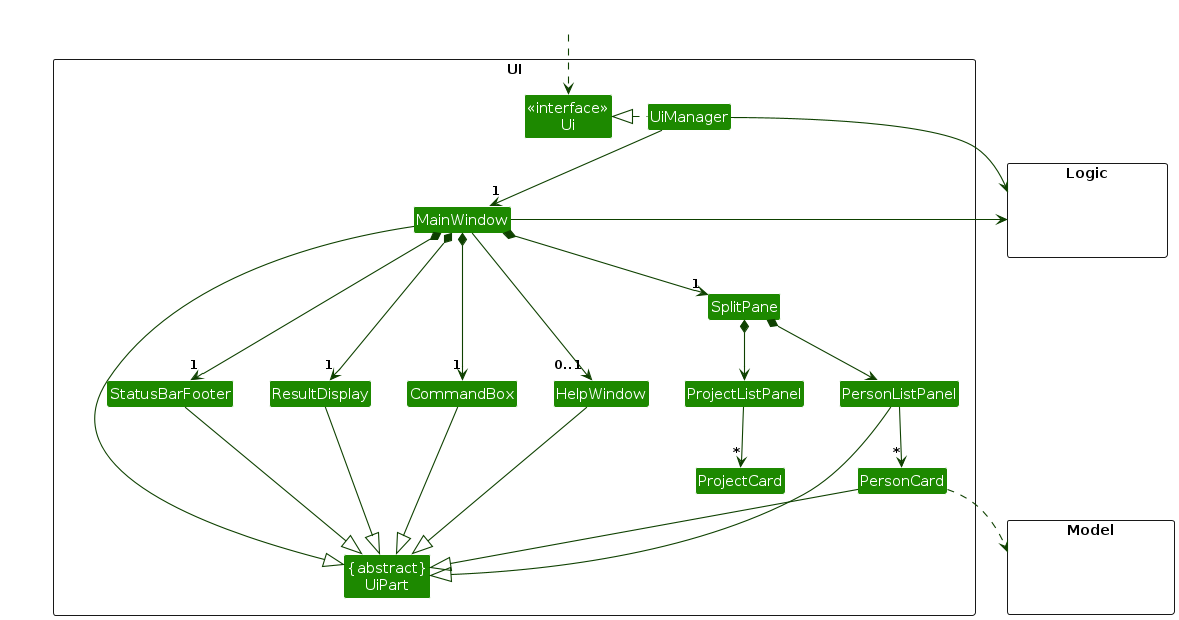
AY2526S1-CS2103T-W14-4/tp keeps this PlantUML diagram as diagrams/UiClassDiagram.png. Above is the earlier version. Its source is kept beside it as diagrams/UiClassDiagram.puml.
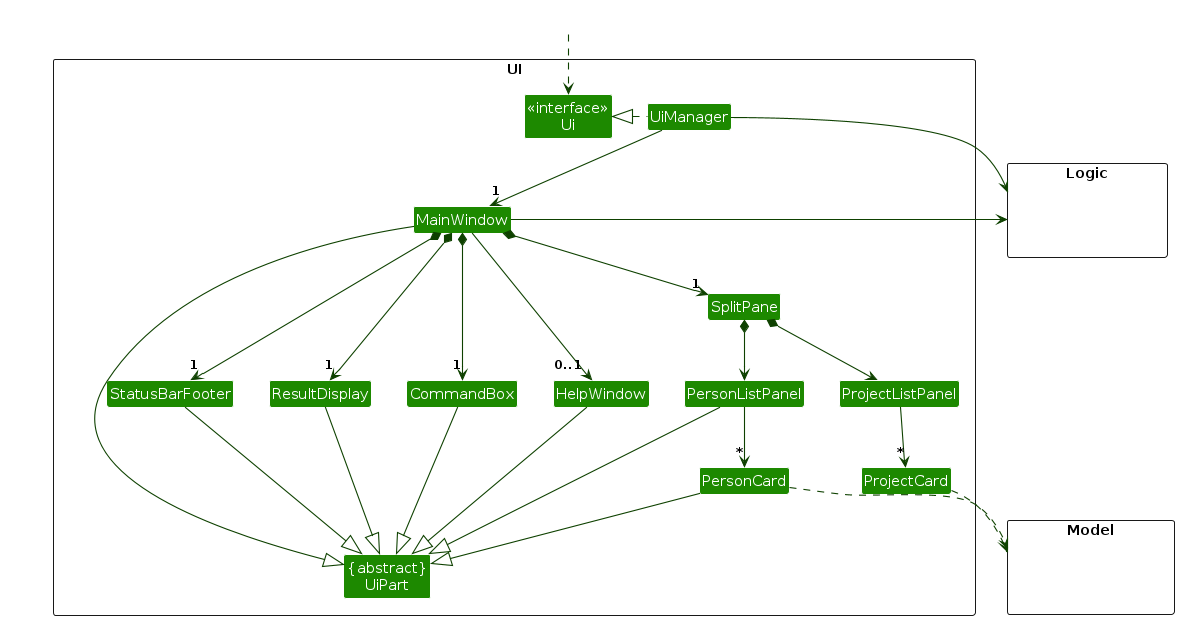
The same diagram one commit later.

What changed in the source:
```diff
@@ -55,6 +55,7 @@
 HelpWindow --|> UiPart
 
 PersonCard ..> Model
+ProjectCard ..> Model
 UiManager -right-> Logic
 MainWindow -left-> Logic
 
```
